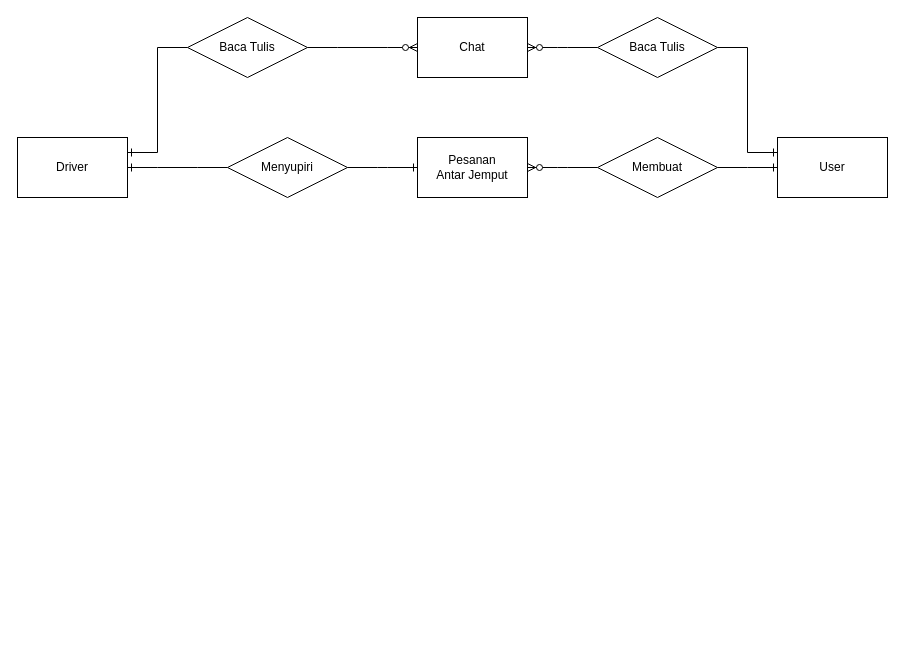
Earlier version of the draw.io diagram page "Page-1" (1 of 2) of pertemuan1/pertemuan1.drawio (insanalamin/IF214002). Source tidied: cells renumbered, new cells numbered last; positions are measured from the earlier drawing's top-left corner, leaving out a move shared by most shapes. Both pictures are drawn from the tidied source at 100%, with x=0, y=0 at pixel (17, 17).
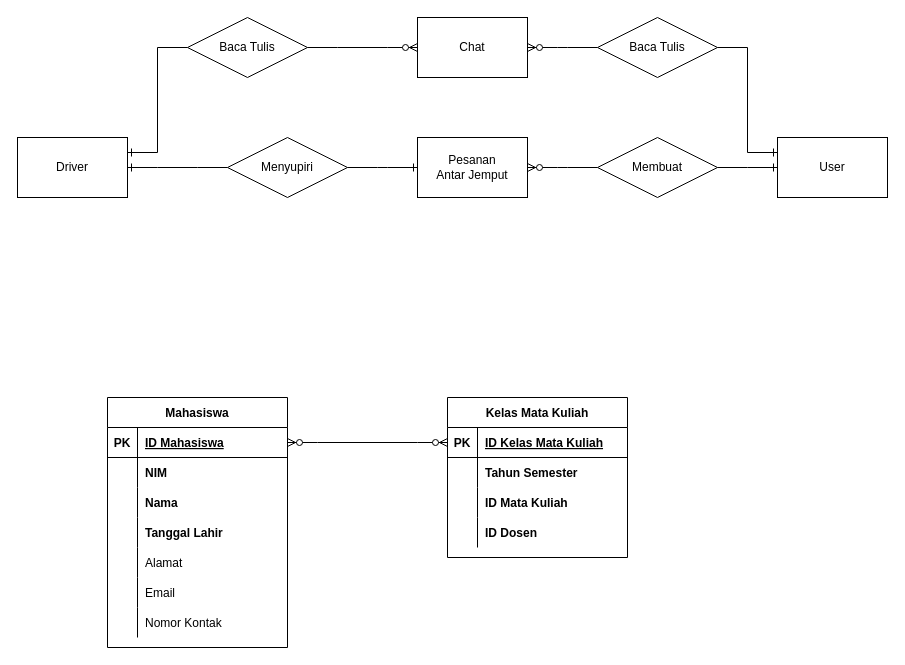
Above is the later version.

What changed in the source:
```diff
@@
+    <mxCell id="18" value="Mahasiswa" style="shape=table;startSize=30;childLayout=tableLayout;rowLines=0;fontStyle=1;align=center;" parent="1" vertex="1">
+      <mxGeometry x="90" y="380" width="180" height="250" as="geometry" />
+    </mxCell>
+    <mxCell id="19" style="shape=tableRow;horizontal=0;startSize=0;swimlaneHead=0;swimlaneBody=0;fillColor=none;points=[[0,0.5],[1,0.5]];portConstraint=eastwest;top=0;left=0;right=0;bottom=1;" parent="18" vertex="1">
+      <mxGeometry y="30" width="180" height="30" as="geometry" />
+    </mxCell>
+    <mxCell id="20" value="PK" style="shape=partialRectangle;fillColor=none;top=0;left=0;bottom=0;right=0;fontStyle=1;overflow=hidden;" parent="19" vertex="1">
+      <mxGeometry width="30" height="30" as="geometry" />
+    </mxCell>
+    <mxCell id="21" value="ID Mahasiswa" style="shape=partialRectangle;fillColor=none;top=0;left=0;bottom=0;right=0;align=left;spacingLeft=6;fontStyle=5;overflow=hidden;" parent="19" vertex="1">
+      <mxGeometry x="30" width="150" height="30" as="geometry" />
+    </mxCell>
+    <mxCell id="22" style="shape=tableRow;horizontal=0;startSize=0;swimlaneHead=0;swimlaneBody=0;fillColor=none;top=0;left=0;right=0;bottom=0;" parent="18" vertex="1">
+      <mxGeometry y="60" width="180" height="30" as="geometry" />
+    </mxCell>
+    <mxCell id="23" style="shape=partialRectangle;fillColor=none;top=0;left=0;bottom=0;right=0;overflow=hidden;" parent="22" vertex="1">
+      <mxGeometry width="30" height="30" as="geometry" />
+    </mxCell>
+    <mxCell id="24" value="NIM" style="shape=partialRectangle;fillColor=none;top=0;left=0;bottom=0;right=0;align=left;spacingLeft=6;overflow=hidden;fontStyle=1;" parent="22" vertex="1">
+      <mxGeometry x="30" width="150" height="30" as="geometry" />
+    </mxCell>
+    <mxCell id="25" style="shape=tableRow;horizontal=0;startSize=0;swimlaneHead=0;swimlaneBody=0;fillColor=none;top=0;left=0;right=0;bottom=0;" parent="18" vertex="1">
+      <mxGeometry y="90" width="180" height="30" as="geometry" />
+    </mxCell>
+    <mxCell id="26" style="shape=partialRectangle;fillColor=none;top=0;left=0;bottom=0;right=0;overflow=hidden;" parent="25" vertex="1">
+      <mxGeometry width="30" height="30" as="geometry" />
+    </mxCell>
+    <mxCell id="27" value="Nama" style="shape=partialRectangle;fillColor=none;top=0;left=0;bottom=0;right=0;align=left;spacingLeft=6;overflow=hidden;fontStyle=1;" parent="25" vertex="1">
+      <mxGeometry x="30" width="150" height="30" as="geometry" />
+    </mxCell>
+    <mxCell id="28" style="shape=tableRow;horizontal=0;startSize=0;swimlaneHead=0;swimlaneBody=0;fillColor=none;top=0;left=0;right=0;bottom=0;" parent="18" vertex="1">
+      <mxGeometry y="120" width="180" height="30" as="geometry" />
+    </mxCell>
+    <mxCell id="29" style="shape=partialRectangle;fillColor=none;top=0;left=0;bottom=0;right=0;overflow=hidden;" parent="28" vertex="1">
+      <mxGeometry width="30" height="30" as="geometry" />
+    </mxCell>
+    <mxCell id="30" value="Tanggal Lahir" style="shape=partialRectangle;fillColor=none;top=0;left=0;bottom=0;right=0;align=left;spacingLeft=6;overflow=hidden;fontStyle=1;" parent="28" vertex="1">
+      <mxGeometry x="30" width="150" height="30" as="geometry" />
+    </mxCell>
+    <mxCell id="31" style="shape=tableRow;horizontal=0;startSize=0;swimlaneHead=0;swimlaneBody=0;fillColor=none;top=0;left=0;right=0;bottom=0;" parent="18" vertex="1">
+      <mxGeometry y="150" width="180" height="30" as="geometry" />
+    </mxCell>
+    <mxCell id="32" style="shape=partialRectangle;fillColor=none;top=0;left=0;bottom=0;right=0;overflow=hidden;" parent="31" vertex="1">
+      <mxGeometry width="30" height="30" as="geometry" />
+    </mxCell>
+    <mxCell id="33" value="Alamat" style="shape=partialRectangle;fillColor=none;top=0;left=0;bottom=0;right=0;align=left;spacingLeft=6;overflow=hidden;" parent="31" vertex="1">
+      <mxGeometry x="30" width="150" height="30" as="geometry" />
+    </mxCell>
+    <mxCell id="34" style="shape=tableRow;horizontal=0;startSize=0;swimlaneHead=0;swimlaneBody=0;fillColor=none;top=0;left=0;right=0;bottom=0;" parent="18" vertex="1">
+      <mxGeometry y="180" width="180" height="30" as="geometry" />
+    </mxCell>
+    <mxCell id="35" style="shape=partialRectangle;fillColor=none;top=0;left=0;bottom=0;right=0;overflow=hidden;" parent="34" vertex="1">
+      <mxGeometry width="30" height="30" as="geometry" />
+    </mxCell>
+    <mxCell id="36" value="Email" style="shape=partialRectangle;fillColor=none;top=0;left=0;bottom=0;right=0;align=left;spacingLeft=6;overflow=hidden;" parent="34" vertex="1">
+      <mxGeometry x="30" width="150" height="30" as="geometry" />
+    </mxCell>
+    <mxCell id="37" style="shape=tableRow;horizontal=0;startSize=0;swimlaneHead=0;swimlaneBody=0;fillColor=none;top=0;left=0;right=0;bottom=0;" parent="18" vertex="1">
+      <mxGeometry y="210" width="180" height="30" as="geometry" />
+    </mxCell>
+    <mxCell id="38" style="shape=partialRectangle;fillColor=none;top=0;left=0;bottom=0;right=0;overflow=hidden;" parent="37" vertex="1">
+      <mxGeometry width="30" height="30" as="geometry" />
+    </mxCell>
+    <mxCell id="39" value="Nomor Kontak" style="shape=partialRectangle;fillColor=none;top=0;left=0;bottom=0;right=0;align=left;spacingLeft=6;overflow=hidden;" parent="37" vertex="1">
+      <mxGeometry x="30" width="150" height="30" as="geometry" />
+    </mxCell>
+    <mxCell id="40" value="Kelas Mata Kuliah" style="shape=table;startSize=30;childLayout=tableLayout;rowLines=0;fontStyle=1;align=center;" parent="1" vertex="1">
+      <mxGeometry x="430" y="380" width="180" height="160" as="geometry" />
+    </mxCell>
+    <mxCell id="41" style="shape=tableRow;horizontal=0;startSize=0;swimlaneHead=0;swimlaneBody=0;fillColor=none;points=[[0,0.5],[1,0.5]];portConstraint=eastwest;top=0;left=0;right=0;bottom=1;" parent="40" vertex="1">
+      <mxGeometry y="30" width="180" height="30" as="geometry" />
+    </mxCell>
+    <mxCell id="42" value="PK" style="shape=partialRectangle;fillColor=none;top=0;left=0;bottom=0;right=0;fontStyle=1;overflow=hidden;" parent="41" vertex="1">
+      <mxGeometry width="30" height="30" as="geometry" />
+    </mxCell>
+    <mxCell id="43" value="ID Kelas Mata Kuliah" style="shape=partialRectangle;fillColor=none;top=0;left=0;bottom=0;right=0;align=left;spacingLeft=6;fontStyle=5;overflow=hidden;" parent="41" vertex="1">
+      <mxGeometry x="30" width="150" height="30" as="geometry" />
+    </mxCell>
+    <mxCell id="44" style="shape=tableRow;horizontal=0;startSize=0;swimlaneHead=0;swimlaneBody=0;fillColor=none;top=0;left=0;right=0;bottom=0;" parent="40" vertex="1">
+      <mxGeometry y="60" width="180" height="30" as="geometry" />
+    </mxCell>
+    <mxCell id="45" style="shape=partialRectangle;fillColor=none;top=0;left=0;bottom=0;right=0;overflow=hidden;" parent="44" vertex="1">
+      <mxGeometry width="30" height="30" as="geometry" />
+    </mxCell>
+    <mxCell id="46" value="Tahun Semester" style="shape=partialRectangle;fillColor=none;top=0;left=0;bottom=0;right=0;align=left;spacingLeft=6;overflow=hidden;fontStyle=1;" parent="44" vertex="1">
+      <mxGeometry x="30" width="150" height="30" as="geometry" />
+    </mxCell>
+    <mxCell id="47" style="shape=tableRow;horizontal=0;startSize=0;swimlaneHead=0;swimlaneBody=0;fillColor=none;top=0;left=0;right=0;bottom=0;" parent="40" vertex="1">
+      <mxGeometry y="90" width="180" height="30" as="geometry" />
+    </mxCell>
+    <mxCell id="48" style="shape=partialRectangle;fillColor=none;top=0;left=0;bottom=0;right=0;overflow=hidden;" parent="47" vertex="1">
+      <mxGeometry width="30" height="30" as="geometry" />
+    </mxCell>
+    <mxCell id="49" value="ID Mata Kuliah" style="shape=partialRectangle;fillColor=none;top=0;left=0;bottom=0;right=0;align=left;spacingLeft=6;overflow=hidden;fontStyle=1;" parent="47" vertex="1">
+      <mxGeometry x="30" width="150" height="30" as="geometry" />
+    </mxCell>
+    <mxCell id="50" style="shape=tableRow;horizontal=0;startSize=0;swimlaneHead=0;swimlaneBody=0;fillColor=none;top=0;left=0;right=0;bottom=0;" parent="40" vertex="1">
+      <mxGeometry y="120" width="180" height="30" as="geometry" />
+    </mxCell>
+    <mxCell id="51" style="shape=partialRectangle;fillColor=none;top=0;left=0;bottom=0;right=0;overflow=hidden;" parent="50" vertex="1">
+      <mxGeometry width="30" height="30" as="geometry" />
+    </mxCell>
+    <mxCell id="52" value="ID Dosen" style="shape=partialRectangle;fillColor=none;top=0;left=0;bottom=0;right=0;align=left;spacingLeft=6;overflow=hidden;fontStyle=1;" parent="50" vertex="1">
+      <mxGeometry x="30" width="150" height="30" as="geometry" />
+    </mxCell>
+    <mxCell id="53" style="edgeStyle=entityRelationEdgeStyle;fontSize=12;html=1;endArrow=ERzeroToMany;endFill=1;startArrow=ERzeroToMany;rounded=0;entryX=0;entryY=0.5;entryDx=0;entryDy=0;exitX=1;exitY=0.5;exitDx=0;exitDy=0;" parent="1" edge="1" source="19" target="41">
+      <mxGeometry relative="1" as="geometry" />
+    </mxCell>
```
